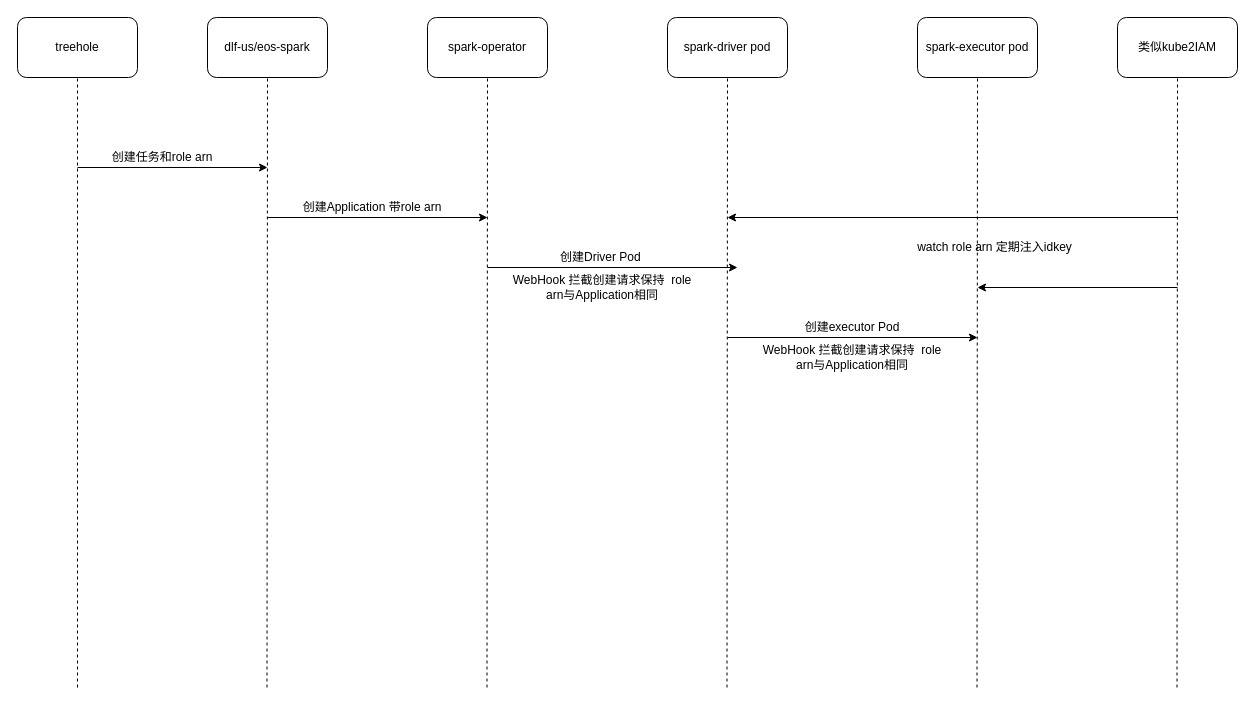
The draw.io diagram k8s-spark多角色设计.drawio in yuhuali1989/ui, before the edit. Source tidied: cells renumbered, new cells numbered last; positions are measured from the earlier drawing's top-left corner, leaving out a move shared by most shapes. Both pictures are drawn from the tidied source at 100%, with x=0, y=0 at pixel (17, 17).
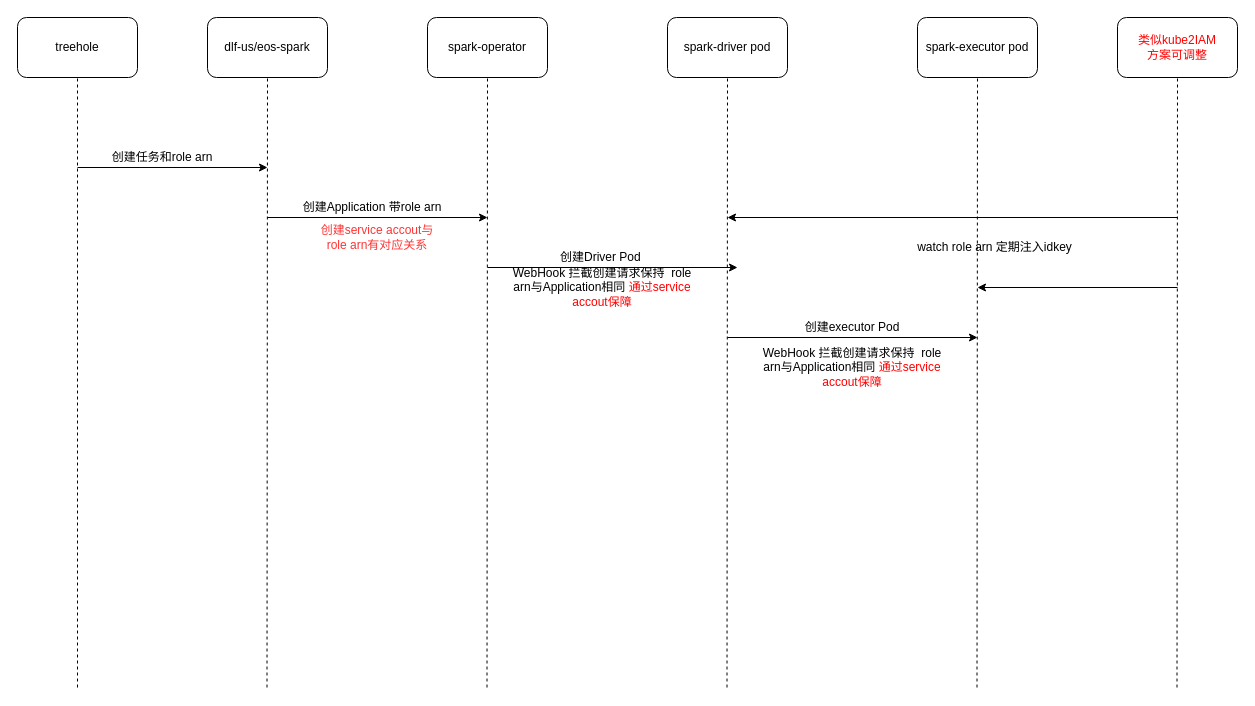
Above is the later version.

Commit message:
Update k8s-spark多角色设计.drawio

Diff of the diagram source:
```diff
@@
-    <mxCell id="20" value="WebHook 拦截创建请求保持&amp;nbsp; role arn与Application相同" style="text;html=1;strokeColor=none;fillColor=none;align=center;verticalAlign=middle;whiteSpace=wrap;rounded=0;" parent="1" vertex="1">
+    <mxCell id="20" value="WebHook 拦截创建请求保持&amp;nbsp; role arn与Application相同 &lt;font color=&quot;#ff0000&quot;&gt;通过service accout保障&lt;/font&gt;" style="text;html=1;strokeColor=none;fillColor=none;align=center;verticalAlign=middle;whiteSpace=wrap;rounded=0;" parent="1" vertex="1">
       <mxGeometry x="490" y="260" width="190" height="20" as="geometry" />
     </mxCell>
-    <mxCell id="21" value="WebHook 拦截创建请求保持&amp;nbsp; role arn与Application相同" style="text;html=1;strokeColor=none;fillColor=none;align=center;verticalAlign=middle;whiteSpace=wrap;rounded=0;" parent="1" vertex="1">
-      <mxGeometry x="740" y="330" width="190" height="20" as="geometry" />
-    </mxCell>
-    <mxCell id="22" value="类似kube2IAM" style="rounded=1;whiteSpace=wrap;html=1;" parent="1" vertex="1">
+    <mxCell id="22" value="类似kube2IAM&lt;br&gt;方案可调整" style="rounded=1;whiteSpace=wrap;html=1;fontColor=#FF0000;" parent="1" vertex="1">
       <mxGeometry x="1100" width="120" height="60" as="geometry" />
     </mxCell>
@@
+    <mxCell id="27" value="创建service accout与role arn有对应关系" style="text;html=1;strokeColor=none;fillColor=none;align=center;verticalAlign=middle;whiteSpace=wrap;rounded=0;fontColor=#FF3333;" parent="1" vertex="1">
+      <mxGeometry x="300" y="210" width="120" height="20" as="geometry" />
+    </mxCell>
+    <mxCell id="28" value="WebHook 拦截创建请求保持&amp;nbsp; role arn与Application相同 &lt;font color=&quot;#ff0000&quot;&gt;通过service accout保障&lt;/font&gt;" style="text;html=1;strokeColor=none;fillColor=none;align=center;verticalAlign=middle;whiteSpace=wrap;rounded=0;" parent="1" vertex="1">
+      <mxGeometry x="740" y="340" width="190" height="20" as="geometry" />
+    </mxCell>
```
